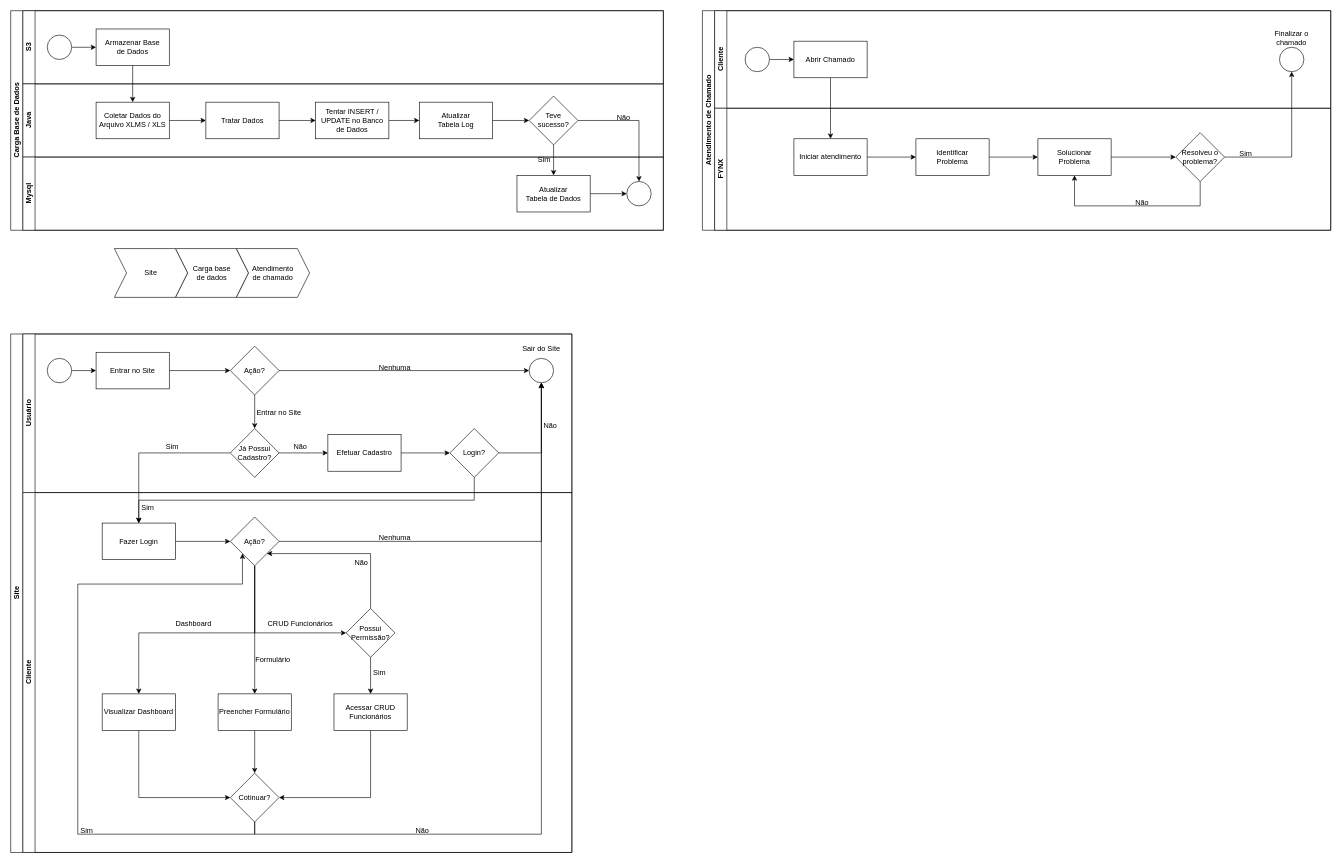
Above: Diagramas/BPMN.drawio in ViniEguchi/FYNX (draw.io), before the change. Source tidied: cells renumbered, new cells numbered last; positions are measured from the earlier drawing's top-left corner, leaving out a move shared by most shapes. Both pictures are drawn from the tidied source at 61%, with x=0, y=0 at pixel (10, 10).
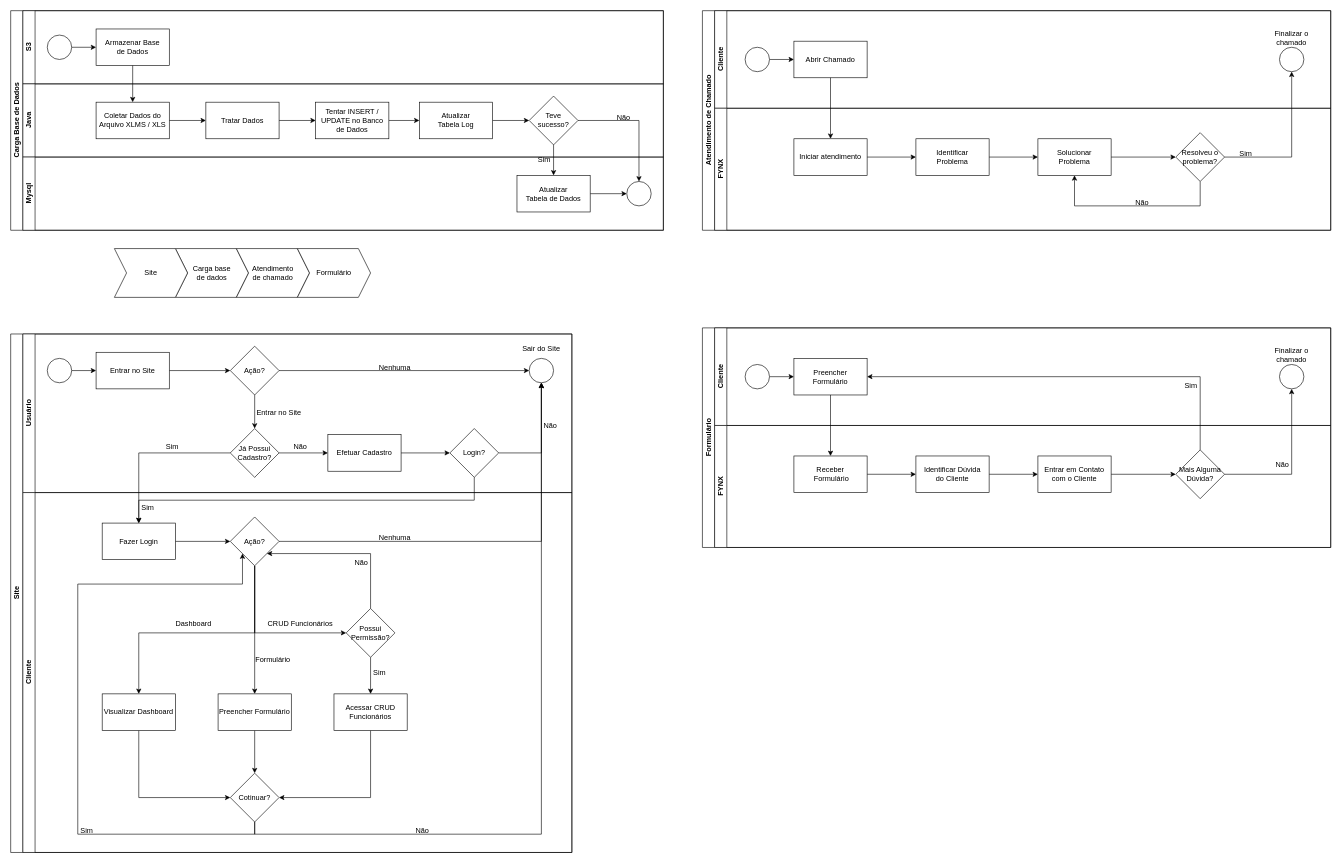
Above is the later version.

Commit message (it also covers changes not shown here):
feat: processo formulário no BPMN (#71)

What changed in the source:
```diff
@@
+    <mxCell id="114" value="Formulário" style="swimlane;horizontal=0;startSize=20;html=1;" parent="1" vertex="1">
+      <mxGeometry x="1134" y="520" width="1030" height="360" as="geometry" />
+    </mxCell>
+    <mxCell id="115" value="Cliente" style="swimlane;startSize=20;horizontal=0;html=1;" parent="114" vertex="1">
+      <mxGeometry x="20" width="1010" height="160" as="geometry" />
+    </mxCell>
+    <mxCell id="116" style="edgeStyle=orthogonalEdgeStyle;rounded=0;jettySize=auto;html=1;exitX=1;exitY=0.5;exitDx=0;exitDy=0;entryX=0;entryY=0.5;entryDx=0;entryDy=0;" parent="115" edge="1" source="117" target="118">
+      <mxGeometry relative="1" as="geometry" />
+    </mxCell>
+    <mxCell id="117" style="ellipse;whiteSpace=wrap;html=1;" parent="115" vertex="1">
+      <mxGeometry x="50" y="60" width="40" height="40" as="geometry" />
+    </mxCell>
+    <mxCell id="118" value="Preencher&lt;div&gt;Formulário&lt;/div&gt;" style="rounded=0;whiteSpace=wrap;html=1;" parent="115" vertex="1">
+      <mxGeometry x="130" y="50" width="120" height="60" as="geometry" />
+    </mxCell>
+    <mxCell id="119" style="ellipse;whiteSpace=wrap;html=1;" parent="115" vertex="1">
+      <mxGeometry x="926" y="60" width="40" height="40" as="geometry" />
+    </mxCell>
+    <mxCell id="120" value="Finalizar o chamado" style="text;html=1;align=center;verticalAlign=middle;whiteSpace=wrap;rounded=0;" parent="115" vertex="1">
+      <mxGeometry x="906" y="30" width="80" height="30" as="geometry" />
+    </mxCell>
+    <mxCell id="121" value="Sim" style="text;html=1;align=center;verticalAlign=middle;whiteSpace=wrap;rounded=0;" parent="115" vertex="1">
+      <mxGeometry x="766" y="80" width="30" height="30" as="geometry" />
+    </mxCell>
+    <mxCell id="122" value="FYNX" style="swimlane;startSize=20;horizontal=0;html=1;" parent="114" vertex="1">
+      <mxGeometry x="20" y="160" width="1010" height="200" as="geometry" />
+    </mxCell>
+    <mxCell id="123" style="edgeStyle=orthogonalEdgeStyle;rounded=0;jettySize=auto;html=1;" parent="122" edge="1" source="124" target="128">
+      <mxGeometry relative="1" as="geometry" />
+    </mxCell>
+    <mxCell id="124" value="Receber&lt;div&gt;&amp;nbsp;Formulário&lt;/div&gt;" style="whiteSpace=wrap;html=1;rounded=0;" parent="122" vertex="1">
+      <mxGeometry x="130" y="50" width="120" height="60" as="geometry" />
+    </mxCell>
+    <mxCell id="125" style="rhombus;whiteSpace=wrap;html=1;rounded=0;" parent="122" vertex="1">
+      <mxGeometry x="756" y="40" width="80" height="80" as="geometry" />
+    </mxCell>
+    <mxCell id="126" value="Mais Alguma&lt;div&gt;Dúvida?&lt;/div&gt;" style="text;html=1;align=center;verticalAlign=middle;whiteSpace=wrap;rounded=0;" parent="122" vertex="1">
+      <mxGeometry x="756" y="65" width="80" height="30" as="geometry" />
+    </mxCell>
+    <mxCell id="127" style="edgeStyle=orthogonalEdgeStyle;rounded=0;jettySize=auto;html=1;" parent="122" edge="1" source="128" target="130">
+      <mxGeometry relative="1" as="geometry" />
+    </mxCell>
+    <mxCell id="128" value="Identificar&amp;nbsp;&lt;span style=&quot;background-color: transparent; color: light-dark(rgb(0, 0, 0), rgb(255, 255, 255));&quot;&gt;Dúvida&lt;/span&gt;&lt;div&gt;&lt;span style=&quot;background-color: transparent; color: light-dark(rgb(0, 0, 0), rgb(255, 255, 255));&quot;&gt;do Cliente&lt;/span&gt;&lt;/div&gt;" style="whiteSpace=wrap;html=1;rounded=0;" parent="122" vertex="1">
+      <mxGeometry x="330" y="50" width="120" height="60" as="geometry" />
+    </mxCell>
+    <mxCell id="129" style="edgeStyle=orthogonalEdgeStyle;rounded=0;jettySize=auto;html=1;exitX=1;exitY=0.5;exitDx=0;exitDy=0;entryX=0;entryY=0.5;entryDx=0;entryDy=0;" parent="122" edge="1" source="130" target="125">
+      <mxGeometry relative="1" as="geometry" />
+    </mxCell>
+    <mxCell id="130" value="Entrar em Contato com o Cliente" style="whiteSpace=wrap;html=1;rounded=0;" parent="122" vertex="1">
+      <mxGeometry x="530" y="50" width="120" height="60" as="geometry" />
+    </mxCell>
+    <mxCell id="131" value="Não" style="text;html=1;align=center;verticalAlign=middle;whiteSpace=wrap;rounded=0;" parent="122" vertex="1">
+      <mxGeometry x="916" y="50" width="30" height="30" as="geometry" />
+    </mxCell>
+    <mxCell id="132" style="edgeStyle=orthogonalEdgeStyle;rounded=0;jettySize=auto;html=1;" parent="114" edge="1" source="118" target="124">
+      <mxGeometry relative="1" as="geometry" />
+    </mxCell>
+    <mxCell id="133" style="edgeStyle=orthogonalEdgeStyle;rounded=0;jettySize=auto;html=1;exitX=1;exitY=0.5;exitDx=0;exitDy=0;entryX=0.5;entryY=1;entryDx=0;entryDy=0;" parent="114" edge="1" source="125" target="119">
+      <mxGeometry relative="1" as="geometry" />
+    </mxCell>
+    <mxCell id="134" style="edgeStyle=orthogonalEdgeStyle;rounded=0;jettySize=auto;html=1;exitX=0.5;exitY=0;exitDx=0;exitDy=0;entryX=1;entryY=0.5;entryDx=0;entryDy=0;" parent="114" edge="1" source="125" target="118">
+      <mxGeometry relative="1" as="geometry" />
+    </mxCell>
+    <mxCell id="135" value="Formulário" style="shape=step;perimeter=stepPerimeter;whiteSpace=wrap;html=1;fixedSize=1;" parent="1" vertex="1">
+      <mxGeometry x="470" y="390" width="120" height="80" as="geometry" />
+    </mxCell>
```
